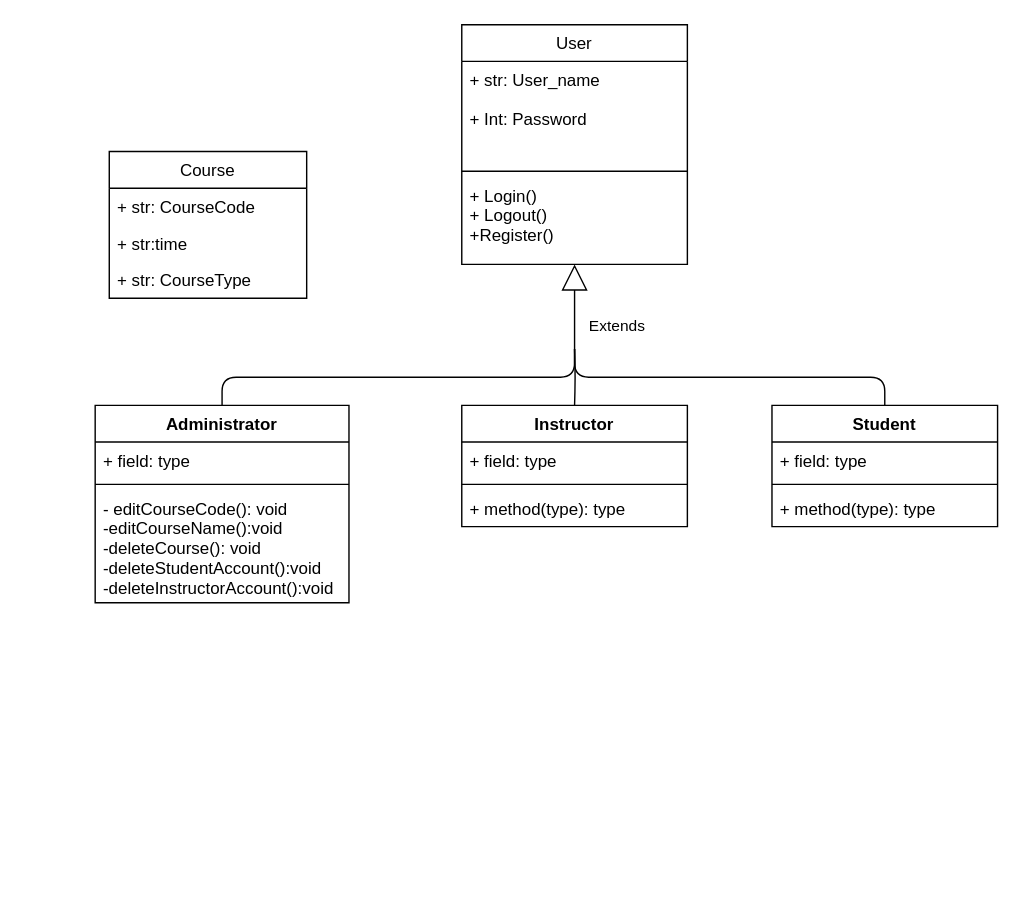
This is SEG2105_Project.drawio from Ze-48346/SEG2105_Project_Work, a draw.io file, before an edit. Source tidied: cells renumbered, new cells numbered last; positions are measured from the earlier drawing's top-left corner, leaving out a move shared by most shapes. Both pictures are drawn from the tidied source at 141%, with x=0, y=0 at pixel (94, 24).
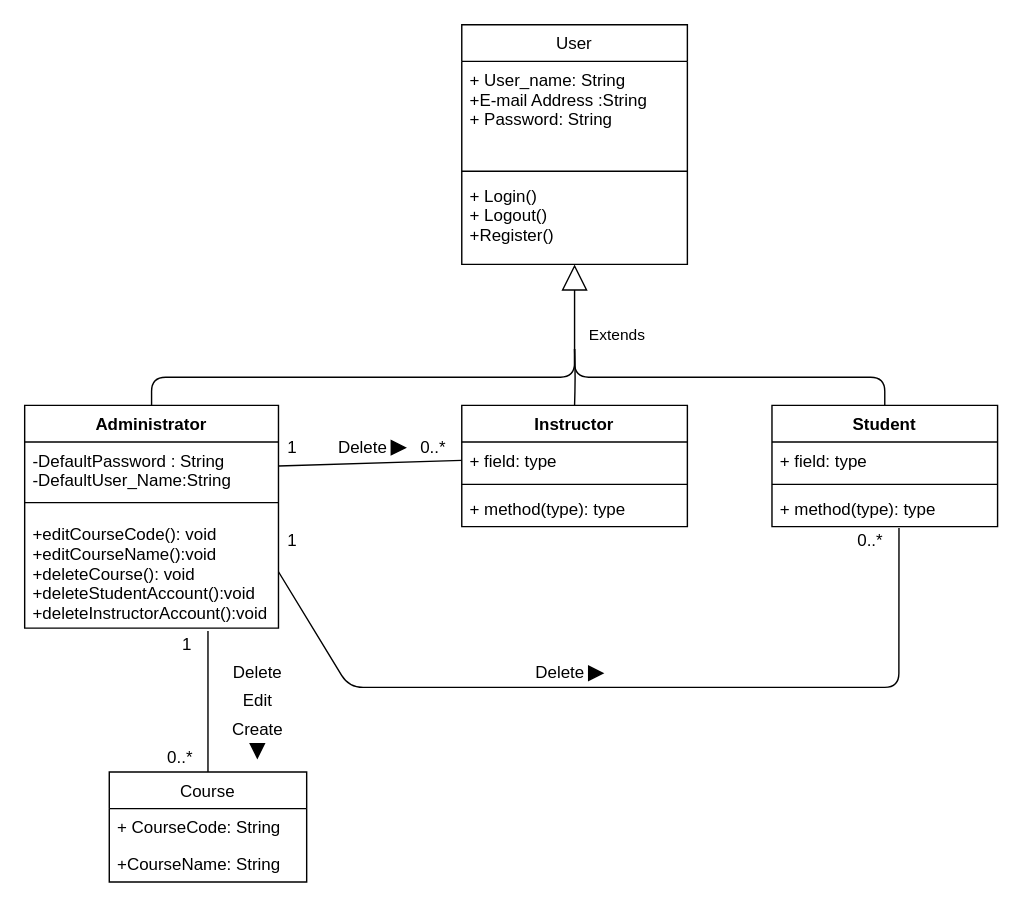
The same diagram, later.

The change refers to these unchanged cells:
```xml
<mxCell id="2" value="User" style="swimlane;fontStyle=0;align=center;verticalAlign=top;horizontal=1;startSize=26;" parent="1" vertex="1">
  <mxGeometry x="260" width="160" height="170" as="geometry" />
</mxCell>
<mxCell id="11" value="+ field: type" style="text;strokeColor=none;fillColor=none;align=left;verticalAlign=top;spacingLeft=4;spacingRight=4;overflow=hidden;points=[[0,0.5],[1,0.5]];portConstraint=eastwest;" parent="10" vertex="1">
  <mxGeometry y="26" width="160" height="26" as="geometry" />
</mxCell>
<mxCell id="17" value="+ method(type): type" style="text;strokeColor=none;fillColor=none;align=left;verticalAlign=top;spacingLeft=4;spacingRight=4;overflow=hidden;points=[[0,0.5],[1,0.5]];portConstraint=eastwest;" parent="14" vertex="1">
  <mxGeometry y="60" width="160" height="26" as="geometry" />
</mxCell>
```

Diff of the diagram source:
```diff
@@
-    <mxCell id="3" value="+ str: User_name&#10;&#10;+ Int: Password" style="text;strokeColor=none;fillColor=none;align=left;verticalAlign=top;spacingLeft=4;spacingRight=4;overflow=hidden;" parent="2" vertex="1">
+    <mxCell id="3" value="+ User_name: String&#10;+E-mail Address :String&#10;+ Password: String" style="text;strokeColor=none;fillColor=none;align=left;verticalAlign=top;spacingLeft=4;spacingRight=4;overflow=hidden;" parent="2" vertex="1">
       <mxGeometry y="26" width="160" height="74" as="geometry" />
     </mxCell>
@@
     <mxCell id="6" value=" Administrator" style="swimlane;fontStyle=1;align=center;verticalAlign=top;horizontal=1;startSize=26;" parent="1" vertex="1">
-      <mxGeometry y="270" width="180" height="140" as="geometry" />
+      <mxGeometry x="-50" y="270" width="180" height="158" as="geometry" />
     </mxCell>
-    <mxCell id="7" value="+ field: type" style="text;strokeColor=none;fillColor=none;align=left;verticalAlign=top;spacingLeft=4;spacingRight=4;overflow=hidden;points=[[0,0.5],[1,0.5]];portConstraint=eastwest;" parent="6" vertex="1">
-      <mxGeometry y="26" width="180" height="26" as="geometry" />
+    <mxCell id="7" value="-DefaultPassword : String&#10;-DefaultUser_Name:String&#10;" style="text;strokeColor=none;fillColor=none;align=left;verticalAlign=top;spacingLeft=4;spacingRight=4;overflow=hidden;points=[[0,0.5],[1,0.5]];portConstraint=eastwest;" parent="6" vertex="1">
+      <mxGeometry y="26" width="180" height="34" as="geometry" />
     </mxCell>
     <mxCell id="8" style="line;strokeWidth=1;fillColor=none;align=left;verticalAlign=middle;spacingTop=-1;spacingLeft=3;spacingRight=3;labelPosition=right;" parent="6" vertex="1">
-      <mxGeometry y="52" width="180" height="8" as="geometry" />
+      <mxGeometry y="60" width="180" height="18" as="geometry" />
     </mxCell>
-    <mxCell id="9" value="- editCourseCode(): void&#10;-editCourseName():void&#10;-deleteCourse(): void&#10;-deleteStudentAccount():void&#10;-deleteInstructorAccount():void&#10;&#10;" style="text;strokeColor=none;fillColor=none;align=left;verticalAlign=top;spacingLeft=4;spacingRight=4;overflow=hidden;points=[[0,0.5],[1,0.5]];portConstraint=eastwest;" parent="6" vertex="1">
-      <mxGeometry y="60" width="180" height="80" as="geometry" />
+    <mxCell id="9" value="+editCourseCode(): void&#10;+editCourseName():void&#10;+deleteCourse(): void&#10;+deleteStudentAccount():void&#10;+deleteInstructorAccount():void&#10;&#10;" style="text;strokeColor=none;fillColor=none;align=left;verticalAlign=top;spacingLeft=4;spacingRight=4;overflow=hidden;points=[[0,0.5],[1,0.5]];portConstraint=eastwest;" parent="6" vertex="1">
+      <mxGeometry y="78" width="180" height="80" as="geometry" />
     </mxCell>
@@
     <mxCell id="18" value="Extends" style="endArrow=block;endSize=16;endFill=0;html=1;entryX=0.5;entryY=1;entryDx=0;entryDy=0;exitX=0.5;exitY=0;exitDx=0;exitDy=0;" parent="1" edge="1" source="6" target="2">
       <mxGeometry x="0.75" y="-30" relative="1" as="geometry">
         <Array as="points">
-          <mxPoint x="90" y="250" />
+          <mxPoint x="40" y="250" />
           <mxPoint x="340" y="250" />
         </Array>
       </mxGeometry>
     </mxCell>
@@
     <mxCell id="21" value="Course" style="swimlane;fontStyle=0;horizontal=1;startSize=26;fillColor=none;" parent="1" vertex="1">
-      <mxGeometry x="10" y="90" width="140" height="104" as="geometry" />
+      <mxGeometry x="10" y="530" width="140" height="78" as="geometry" />
     </mxCell>
-    <mxCell id="22" value="+ str: CourseCode" style="text;strokeColor=none;fillColor=none;align=left;verticalAlign=top;spacingLeft=4;spacingRight=4;overflow=hidden;" parent="21" vertex="1">
+    <mxCell id="22" value="+ CourseCode: String" style="text;strokeColor=none;fillColor=none;align=left;verticalAlign=top;spacingLeft=4;spacingRight=4;overflow=hidden;" parent="21" vertex="1">
       <mxGeometry y="26" width="140" height="26" as="geometry" />
     </mxCell>
-    <mxCell id="23" value="+ str:time &#10;" style="text;strokeColor=none;fillColor=none;align=left;verticalAlign=top;spacingLeft=4;spacingRight=4;overflow=hidden;" parent="21" vertex="1">
+    <mxCell id="23" value="+CourseName: String &#10;" style="text;strokeColor=none;fillColor=none;align=left;verticalAlign=top;spacingLeft=4;spacingRight=4;overflow=hidden;" parent="21" vertex="1">
       <mxGeometry y="52" width="140" height="26" as="geometry" />
     </mxCell>
-    <mxCell id="24" value="+ str: CourseType" style="text;strokeColor=none;fillColor=none;align=left;verticalAlign=top;spacingLeft=4;spacingRight=4;overflow=hidden;" parent="21" vertex="1">
-      <mxGeometry y="78" width="140" height="26" as="geometry" />
-    </mxCell>
+    <mxCell id="25" value="1" style="text;html=1;align=center;verticalAlign=middle;strokeColor=none;" parent="1" vertex="1">
+      <mxGeometry x="55" y="430" width="20" height="20" as="geometry" />
+    </mxCell>
+    <mxCell id="26" value="Create" style="text;html=1;align=center;verticalAlign=middle;strokeColor=none;" parent="1" vertex="1">
+      <mxGeometry x="90" y="490" width="50" height="20" as="geometry" />
+    </mxCell>
+    <mxCell id="27" style="triangle;whiteSpace=wrap;html=1;direction=south;fillColor=#000000;" parent="1" vertex="1">
+      <mxGeometry x="110" y="510" width="10" height="10" as="geometry" />
+    </mxCell>
+    <mxCell id="28" style="endArrow=none;html=1;entryX=0;entryY=0.5;entryDx=0;entryDy=0;exitX=1;exitY=0.5;exitDx=0;exitDy=0;" parent="1" edge="1" source="7" target="11">
+      <mxGeometry relative="1" as="geometry" />
+    </mxCell>
+    <mxCell id="29" value="Delete" style="text;html=1;strokeColor=none;fillColor=none;align=center;verticalAlign=middle;whiteSpace=wrap;rounded=0;" parent="1" vertex="1">
+      <mxGeometry x="170" y="290" width="40" height="20" as="geometry" />
+    </mxCell>
+    <mxCell id="30" value="1" style="text;html=1;strokeColor=none;fillColor=none;align=center;verticalAlign=middle;whiteSpace=wrap;rounded=0;" parent="1" vertex="1">
+      <mxGeometry x="120" y="290" width="40" height="20" as="geometry" />
+    </mxCell>
+    <mxCell id="31" value="0..*" style="text;html=1;strokeColor=none;fillColor=none;align=center;verticalAlign=middle;whiteSpace=wrap;rounded=0;" parent="1" vertex="1">
+      <mxGeometry x="220" y="290" width="40" height="20" as="geometry" />
+    </mxCell>
+    <mxCell id="32" style="triangle;whiteSpace=wrap;html=1;fillColor=#000000;" parent="1" vertex="1">
+      <mxGeometry x="210" y="295" width="10" height="10" as="geometry" />
+    </mxCell>
+    <mxCell id="33" style="endArrow=none;html=1;exitX=1;exitY=0.5;exitDx=0;exitDy=0;entryX=0.563;entryY=1.038;entryDx=0;entryDy=0;entryPerimeter=0;" parent="1" edge="1" source="9" target="17">
+      <mxGeometry relative="1" as="geometry">
+        <Array as="points">
+          <mxPoint x="180" y="470" />
+          <mxPoint x="290" y="470" />
+          <mxPoint x="570" y="470" />
+        </Array>
+      </mxGeometry>
+    </mxCell>
+    <mxCell id="34" value="Delete" style="text;html=1;strokeColor=none;fillColor=none;align=center;verticalAlign=middle;whiteSpace=wrap;rounded=0;" parent="1" vertex="1">
+      <mxGeometry x="310" y="450" width="40" height="20" as="geometry" />
+    </mxCell>
+    <mxCell id="35" style="triangle;whiteSpace=wrap;html=1;fillColor=#000000;" parent="1" vertex="1">
+      <mxGeometry x="350" y="455" width="10" height="10" as="geometry" />
+    </mxCell>
+    <mxCell id="36" value="0..*" style="text;html=1;strokeColor=none;fillColor=none;align=center;verticalAlign=middle;whiteSpace=wrap;rounded=0;" parent="1" vertex="1">
+      <mxGeometry x="530" y="356" width="40" height="20" as="geometry" />
+    </mxCell>
+    <mxCell id="37" value="1" style="text;html=1;strokeColor=none;fillColor=none;align=center;verticalAlign=middle;whiteSpace=wrap;rounded=0;" parent="1" vertex="1">
+      <mxGeometry x="120" y="356" width="40" height="20" as="geometry" />
+    </mxCell>
+    <mxCell id="38" value="Edit" style="text;html=1;align=center;verticalAlign=middle;strokeColor=none;" parent="1" vertex="1">
+      <mxGeometry x="95" y="470" width="40" height="20" as="geometry" />
+    </mxCell>
+    <mxCell id="39" value="Delete" style="text;html=1;align=center;verticalAlign=middle;strokeColor=none;" parent="1" vertex="1">
+      <mxGeometry x="90" y="450" width="50" height="20" as="geometry" />
+    </mxCell>
+    <mxCell id="40" style="endArrow=none;html=1;entryX=0.5;entryY=0;entryDx=0;entryDy=0;" parent="1" edge="1" target="21">
+      <mxGeometry relative="1" as="geometry">
+        <mxPoint x="80" y="430" as="sourcePoint" />
+      </mxGeometry>
+    </mxCell>
+    <mxCell id="41" value="0..*" style="text;html=1;align=center;verticalAlign=middle;strokeColor=none;" parent="1" vertex="1">
+      <mxGeometry x="45" y="510" width="30" height="20" as="geometry" />
+    </mxCell>
```
